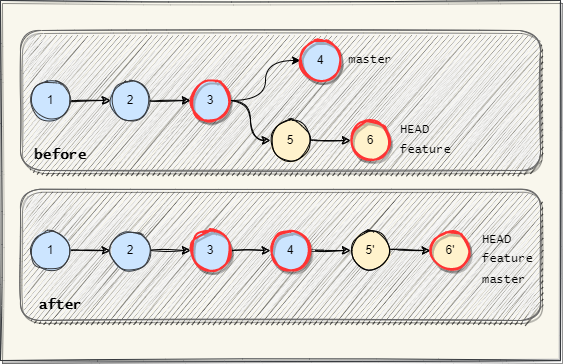
Above: Assets/images/git-merge-rebase.png in braboj/tutorial-git (draw.io), before the change. Source tidied: cells renumbered, new cells last; positions are measured from the earlier drawing's top-left corner, leaving out a move shared by most shapes. The source it was exported from:
```xml
<mxGraphModel>
  <root>
    <mxCell id="0" />
    <mxCell id="1" parent="0" />
    <mxCell id="2" style="rounded=0;whiteSpace=wrap;html=1;sketch=1;fillStyle=solid;fontFamily=Lucida Console;strokeColor=#36393d;fillColor=#f9f7ed;shadow=1;" parent="1" vertex="1">
      <mxGeometry width="560" height="360" as="geometry" />
    </mxCell>
    <mxCell id="3" style="rounded=1;whiteSpace=wrap;html=1;sketch=1;fillStyle=zigzag;fillColor=#f5f5f5;fontColor=#333333;strokeColor=#666666;shadow=1;" parent="1" vertex="1">
      <mxGeometry x="20" y="188.8" width="520" height="131.2" as="geometry" />
    </mxCell>
    <mxCell id="4" style="rounded=1;whiteSpace=wrap;html=1;sketch=1;fillStyle=zigzag;fillColor=#f5f5f5;fontColor=#333333;strokeColor=#666666;shadow=1;" parent="1" vertex="1">
      <mxGeometry x="20" y="30" width="520" height="140" as="geometry" />
    </mxCell>
    <mxCell id="5" style="edgeStyle=orthogonalEdgeStyle;rounded=0;jettySize=auto;html=1;entryX=0;entryY=0.5;entryDx=0;entryDy=0;sketch=1;curved=1;" parent="1" edge="1" source="6" target="8">
      <mxGeometry relative="1" as="geometry" />
    </mxCell>
    <mxCell id="6" value="1" style="ellipse;whiteSpace=wrap;html=1;sketch=1;rounded=0;fillColor=#cce5ff;strokeColor=#36393d;fillStyle=solid;" parent="1" vertex="1">
      <mxGeometry x="30" y="80" width="40" height="40" as="geometry" />
    </mxCell>
    <mxCell id="7" style="edgeStyle=orthogonalEdgeStyle;rounded=0;jettySize=auto;html=1;sketch=1;curved=1;" parent="1" edge="1" source="8" target="11">
      <mxGeometry relative="1" as="geometry" />
    </mxCell>
    <mxCell id="8" value="2" style="ellipse;whiteSpace=wrap;html=1;sketch=1;rounded=0;fillColor=#cce5ff;strokeColor=#36393d;fillStyle=solid;" parent="1" vertex="1">
      <mxGeometry x="110" y="80" width="40" height="40" as="geometry" />
    </mxCell>
    <mxCell id="9" style="edgeStyle=orthogonalEdgeStyle;rounded=0;jettySize=auto;html=1;entryX=0;entryY=0.5;entryDx=0;entryDy=0;sketch=1;curved=1;" parent="1" edge="1" source="11" target="13">
      <mxGeometry relative="1" as="geometry" />
    </mxCell>
    <mxCell id="10" style="edgeStyle=orthogonalEdgeStyle;rounded=0;jettySize=auto;html=1;curved=1;" parent="1" edge="1" source="11" target="19">
      <mxGeometry relative="1" as="geometry" />
    </mxCell>
    <mxCell id="11" value="3" style="ellipse;whiteSpace=wrap;html=1;sketch=1;rounded=0;fillColor=#cce5ff;strokeColor=#FF3333;fillStyle=solid;strokeWidth=2;shadow=1;" parent="1" vertex="1">
      <mxGeometry x="190" y="80" width="40" height="40" as="geometry" />
    </mxCell>
    <mxCell id="12" style="edgeStyle=orthogonalEdgeStyle;rounded=0;jettySize=auto;html=1;sketch=1;curved=1;" parent="1" edge="1" source="13" target="14">
      <mxGeometry relative="1" as="geometry" />
    </mxCell>
    <mxCell id="13" value="5" style="ellipse;whiteSpace=wrap;html=1;sketch=1;rounded=0;fillColor=#fff2cc;strokeColor=#000000;fillStyle=solid;" parent="1" vertex="1">
      <mxGeometry x="270" y="120" width="40" height="40" as="geometry" />
    </mxCell>
    <mxCell id="14" value="6" style="ellipse;whiteSpace=wrap;html=1;sketch=1;rounded=0;fillColor=#fff2cc;strokeColor=#FF3333;fillStyle=solid;strokeWidth=2;shadow=1;" parent="1" vertex="1">
      <mxGeometry x="350" y="120" width="40" height="40" as="geometry" />
    </mxCell>
    <mxCell id="15" value="master" style="text;html=1;strokeColor=none;fillColor=none;align=center;verticalAlign=middle;whiteSpace=wrap;rounded=0;sketch=1;fontFamily=Lucida Console;" parent="1" vertex="1">
      <mxGeometry x="340" y="45" width="60" height="30" as="geometry" />
    </mxCell>
    <mxCell id="16" value="feature" style="text;html=1;strokeColor=none;fillColor=none;align=left;verticalAlign=middle;whiteSpace=wrap;rounded=0;sketch=1;fontFamily=Lucida Console;" parent="1" vertex="1">
      <mxGeometry x="398" y="140" width="60" height="20" as="geometry" />
    </mxCell>
    <mxCell id="17" value="HEAD" style="text;html=1;strokeColor=none;fillColor=none;align=left;verticalAlign=middle;whiteSpace=wrap;rounded=0;sketch=1;fontFamily=Lucida Console;" parent="1" vertex="1">
      <mxGeometry x="398" y="120" width="60" height="20" as="geometry" />
    </mxCell>
    <mxCell id="18" value="before" style="text;html=1;strokeColor=none;fillColor=none;align=center;verticalAlign=middle;whiteSpace=wrap;rounded=0;sketch=1;fillStyle=solid;fontFamily=Lucida Console;fontStyle=1;fontSize=14;" parent="1" vertex="1">
      <mxGeometry x="30" y="140" width="60" height="30" as="geometry" />
    </mxCell>
    <mxCell id="19" value="4" style="ellipse;whiteSpace=wrap;html=1;sketch=1;rounded=0;fillColor=#cce5ff;strokeColor=#FF3333;fillStyle=solid;strokeWidth=2;shadow=1;" parent="1" vertex="1">
      <mxGeometry x="300" y="40" width="40" height="40" as="geometry" />
    </mxCell>
    <mxCell id="20" style="edgeStyle=orthogonalEdgeStyle;rounded=0;jettySize=auto;html=1;entryX=0;entryY=0.5;entryDx=0;entryDy=0;sketch=1;curved=1;" parent="1" edge="1" source="21" target="23">
      <mxGeometry relative="1" as="geometry" />
    </mxCell>
    <mxCell id="21" value="1" style="ellipse;whiteSpace=wrap;html=1;sketch=1;rounded=0;fillColor=#cce5ff;strokeColor=#36393d;fillStyle=solid;" parent="1" vertex="1">
      <mxGeometry x="30" y="230" width="40" height="40" as="geometry" />
    </mxCell>
    <mxCell id="22" style="edgeStyle=orthogonalEdgeStyle;rounded=0;jettySize=auto;html=1;sketch=1;curved=1;" parent="1" edge="1" source="23" target="25">
      <mxGeometry relative="1" as="geometry" />
    </mxCell>
    <mxCell id="23" value="2" style="ellipse;whiteSpace=wrap;html=1;sketch=1;rounded=0;fillColor=#cce5ff;strokeColor=#36393d;fillStyle=solid;" parent="1" vertex="1">
      <mxGeometry x="110" y="230" width="40" height="40" as="geometry" />
    </mxCell>
    <mxCell id="24" style="edgeStyle=orthogonalEdgeStyle;rounded=0;jettySize=auto;html=1;curved=1;sketch=1;strokeWidth=1;" parent="1" edge="1" source="25" target="34">
      <mxGeometry relative="1" as="geometry" />
    </mxCell>
    <mxCell id="25" value="3" style="ellipse;whiteSpace=wrap;html=1;sketch=1;rounded=0;fillColor=#cce5ff;strokeColor=#FF3333;fillStyle=solid;strokeWidth=2;shadow=1;" parent="1" vertex="1">
      <mxGeometry x="190" y="230" width="40" height="40" as="geometry" />
    </mxCell>
    <mxCell id="26" style="edgeStyle=orthogonalEdgeStyle;rounded=0;jettySize=auto;html=1;sketch=1;curved=1;strokeWidth=1;" parent="1" edge="1" source="27" target="28">
      <mxGeometry relative="1" as="geometry" />
    </mxCell>
    <mxCell id="27" value="5'" style="ellipse;whiteSpace=wrap;html=1;sketch=1;rounded=0;fillColor=#fff2cc;strokeColor=#000000;fillStyle=solid;" parent="1" vertex="1">
      <mxGeometry x="350" y="230" width="40" height="40" as="geometry" />
    </mxCell>
    <mxCell id="28" value="6'" style="ellipse;whiteSpace=wrap;html=1;sketch=1;rounded=0;fillColor=#fff2cc;strokeColor=#FF3333;fillStyle=solid;strokeWidth=2;shadow=1;" parent="1" vertex="1">
      <mxGeometry x="430" y="230" width="40" height="40" as="geometry" />
    </mxCell>
    <mxCell id="29" value="master" style="text;html=1;strokeColor=none;fillColor=none;align=left;verticalAlign=middle;whiteSpace=wrap;rounded=0;sketch=1;fontFamily=Lucida Console;" parent="1" vertex="1">
      <mxGeometry x="480" y="270" width="60" height="20" as="geometry" />
    </mxCell>
    <mxCell id="30" value="feature" style="text;html=1;strokeColor=none;fillColor=none;align=left;verticalAlign=middle;whiteSpace=wrap;rounded=0;sketch=1;fontFamily=Lucida Console;" parent="1" vertex="1">
      <mxGeometry x="480" y="247.5" width="60" height="22.5" as="geometry" />
    </mxCell>
    <mxCell id="31" value="HEAD" style="text;html=1;strokeColor=none;fillColor=none;align=left;verticalAlign=middle;whiteSpace=wrap;rounded=0;sketch=1;fontFamily=Lucida Console;" parent="1" vertex="1">
      <mxGeometry x="480" y="230" width="60" height="20" as="geometry" />
    </mxCell>
    <mxCell id="32" value="after" style="text;html=1;strokeColor=none;fillColor=none;align=center;verticalAlign=middle;whiteSpace=wrap;rounded=0;sketch=1;fillStyle=solid;fontFamily=Lucida Console;fontStyle=1;fontSize=14;" parent="1" vertex="1">
      <mxGeometry x="30" y="290" width="60" height="30" as="geometry" />
    </mxCell>
    <mxCell id="33" style="edgeStyle=orthogonalEdgeStyle;curved=1;rounded=0;jettySize=auto;html=1;entryX=0;entryY=0.5;entryDx=0;entryDy=0;sketch=1;strokeWidth=1;" parent="1" edge="1" source="34" target="27">
      <mxGeometry relative="1" as="geometry" />
    </mxCell>
    <mxCell id="34" value="4" style="ellipse;whiteSpace=wrap;html=1;sketch=1;rounded=0;fillColor=#cce5ff;strokeColor=#FF3333;fillStyle=solid;strokeWidth=2;shadow=1;" parent="1" vertex="1">
      <mxGeometry x="270" y="230" width="40" height="40" as="geometry" />
    </mxCell>
  </root>
</mxGraphModel>
```
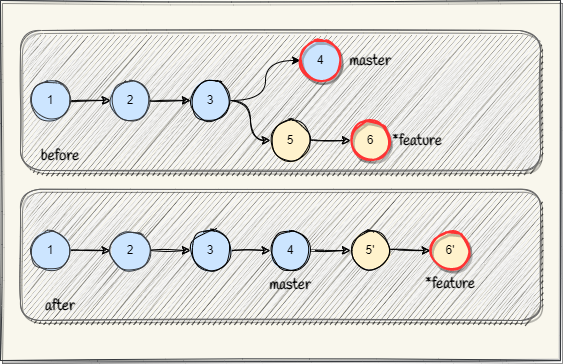
The same file after the commit.

Diff of the diagram source:
```diff
@@ -29,7 +29,7 @@
     <mxCell id="10" style="edgeStyle=orthogonalEdgeStyle;rounded=0;jettySize=auto;html=1;curved=1;" parent="1" edge="1" source="11" target="19">
       <mxGeometry relative="1" as="geometry" />
     </mxCell>
-    <mxCell id="11" value="3" style="ellipse;whiteSpace=wrap;html=1;sketch=1;rounded=0;fillColor=#cce5ff;strokeColor=#FF3333;fillStyle=solid;strokeWidth=2;shadow=1;" parent="1" vertex="1">
+    <mxCell id="11" value="3" style="ellipse;whiteSpace=wrap;html=1;sketch=1;rounded=0;fillColor=#cce5ff;strokeColor=#000000;fillStyle=solid;strokeWidth=1;shadow=0;" parent="1" vertex="1">
       <mxGeometry x="190" y="80" width="40" height="40" as="geometry" />
     </mxCell>
     <mxCell id="12" style="edgeStyle=orthogonalEdgeStyle;rounded=0;jettySize=auto;html=1;sketch=1;curved=1;" parent="1" edge="1" source="13" target="14">
@@ -41,16 +41,13 @@
     <mxCell id="14" value="6" style="ellipse;whiteSpace=wrap;html=1;sketch=1;rounded=0;fillColor=#fff2cc;strokeColor=#FF3333;fillStyle=solid;strokeWidth=2;shadow=1;" parent="1" vertex="1">
       <mxGeometry x="350" y="120" width="40" height="40" as="geometry" />
     </mxCell>
-    <mxCell id="15" value="master" style="text;html=1;strokeColor=none;fillColor=none;align=center;verticalAlign=middle;whiteSpace=wrap;rounded=0;sketch=1;fontFamily=Lucida Console;" parent="1" vertex="1">
+    <mxCell id="15" value="master" style="text;html=1;strokeColor=none;fillColor=none;align=center;verticalAlign=middle;whiteSpace=wrap;rounded=0;sketch=1;fontFamily=Handlee;fontSource=https%3A%2F%2Ffonts.googleapis.com%2Fcss%3Ffamily%3DHandlee;fontSize=15;fontStyle=1;" parent="1" vertex="1">
       <mxGeometry x="340" y="45" width="60" height="30" as="geometry" />
     </mxCell>
-    <mxCell id="16" value="feature" style="text;html=1;strokeColor=none;fillColor=none;align=left;verticalAlign=middle;whiteSpace=wrap;rounded=0;sketch=1;fontFamily=Lucida Console;" parent="1" vertex="1">
-      <mxGeometry x="398" y="140" width="60" height="20" as="geometry" />
+    <mxCell id="16" value="*feature" style="text;html=1;strokeColor=none;fillColor=none;align=left;verticalAlign=middle;whiteSpace=wrap;rounded=0;sketch=1;fontFamily=Handlee;fontSource=https%3A%2F%2Ffonts.googleapis.com%2Fcss%3Ffamily%3DHandlee;fontStyle=1;fontSize=15;" parent="1" vertex="1">
+      <mxGeometry x="390" y="130" width="60" height="20" as="geometry" />
     </mxCell>
-    <mxCell id="17" value="HEAD" style="text;html=1;strokeColor=none;fillColor=none;align=left;verticalAlign=middle;whiteSpace=wrap;rounded=0;sketch=1;fontFamily=Lucida Console;" parent="1" vertex="1">
-      <mxGeometry x="398" y="120" width="60" height="20" as="geometry" />
-    </mxCell>
-    <mxCell id="18" value="before" style="text;html=1;strokeColor=none;fillColor=none;align=center;verticalAlign=middle;whiteSpace=wrap;rounded=0;sketch=1;fillStyle=solid;fontFamily=Lucida Console;fontStyle=1;fontSize=14;" parent="1" vertex="1">
+    <mxCell id="18" value="before" style="text;html=1;strokeColor=none;fillColor=none;align=center;verticalAlign=middle;whiteSpace=wrap;rounded=0;sketch=1;fillStyle=solid;fontFamily=Handlee;fontStyle=1;fontSize=15;fontSource=https%3A%2F%2Ffonts.googleapis.com%2Fcss%3Ffamily%3DHandlee;" parent="1" vertex="1">
       <mxGeometry x="30" y="140" width="60" height="30" as="geometry" />
     </mxCell>
     <mxCell id="19" value="4" style="ellipse;whiteSpace=wrap;html=1;sketch=1;rounded=0;fillColor=#cce5ff;strokeColor=#FF3333;fillStyle=solid;strokeWidth=2;shadow=1;" parent="1" vertex="1">
@@ -71,7 +68,7 @@
     <mxCell id="24" style="edgeStyle=orthogonalEdgeStyle;rounded=0;jettySize=auto;html=1;curved=1;sketch=1;strokeWidth=1;" parent="1" edge="1" source="25" target="34">
       <mxGeometry relative="1" as="geometry" />
     </mxCell>
-    <mxCell id="25" value="3" style="ellipse;whiteSpace=wrap;html=1;sketch=1;rounded=0;fillColor=#cce5ff;strokeColor=#FF3333;fillStyle=solid;strokeWidth=2;shadow=1;" parent="1" vertex="1">
+    <mxCell id="25" value="3" style="ellipse;whiteSpace=wrap;html=1;sketch=1;rounded=0;fillColor=#cce5ff;strokeColor=#000000;fillStyle=solid;strokeWidth=1;shadow=0;" parent="1" vertex="1">
       <mxGeometry x="190" y="230" width="40" height="40" as="geometry" />
     </mxCell>
     <mxCell id="26" style="edgeStyle=orthogonalEdgeStyle;rounded=0;jettySize=auto;html=1;sketch=1;curved=1;strokeWidth=1;" parent="1" edge="1" source="27" target="28">
@@ -83,22 +80,19 @@
     <mxCell id="28" value="6'" style="ellipse;whiteSpace=wrap;html=1;sketch=1;rounded=0;fillColor=#fff2cc;strokeColor=#FF3333;fillStyle=solid;strokeWidth=2;shadow=1;" parent="1" vertex="1">
       <mxGeometry x="430" y="230" width="40" height="40" as="geometry" />
     </mxCell>
-    <mxCell id="29" value="master" style="text;html=1;strokeColor=none;fillColor=none;align=left;verticalAlign=middle;whiteSpace=wrap;rounded=0;sketch=1;fontFamily=Lucida Console;" parent="1" vertex="1">
-      <mxGeometry x="480" y="270" width="60" height="20" as="geometry" />
+    <mxCell id="29" value="master" style="text;html=1;strokeColor=none;fillColor=none;align=center;verticalAlign=middle;whiteSpace=wrap;rounded=0;sketch=1;fontFamily=Handlee;fontSource=https%3A%2F%2Ffonts.googleapis.com%2Fcss%3Ffamily%3DHandlee;fontSize=15;fontStyle=1;" parent="1" vertex="1">
+      <mxGeometry x="260" y="274" width="60" height="20" as="geometry" />
     </mxCell>
-    <mxCell id="30" value="feature" style="text;html=1;strokeColor=none;fillColor=none;align=left;verticalAlign=middle;whiteSpace=wrap;rounded=0;sketch=1;fontFamily=Lucida Console;" parent="1" vertex="1">
-      <mxGeometry x="480" y="247.5" width="60" height="22.5" as="geometry" />
+    <mxCell id="30" value="*feature" style="text;html=1;strokeColor=none;fillColor=none;align=center;verticalAlign=middle;whiteSpace=wrap;rounded=0;sketch=1;fontFamily=Handlee;fontSource=https%3A%2F%2Ffonts.googleapis.com%2Fcss%3Ffamily%3DHandlee;fontSize=15;fontStyle=1;" parent="1" vertex="1">
+      <mxGeometry x="420" y="271.5" width="60" height="22.5" as="geometry" />
     </mxCell>
-    <mxCell id="31" value="HEAD" style="text;html=1;strokeColor=none;fillColor=none;align=left;verticalAlign=middle;whiteSpace=wrap;rounded=0;sketch=1;fontFamily=Lucida Console;" parent="1" vertex="1">
-      <mxGeometry x="480" y="230" width="60" height="20" as="geometry" />
-    </mxCell>
-    <mxCell id="32" value="after" style="text;html=1;strokeColor=none;fillColor=none;align=center;verticalAlign=middle;whiteSpace=wrap;rounded=0;sketch=1;fillStyle=solid;fontFamily=Lucida Console;fontStyle=1;fontSize=14;" parent="1" vertex="1">
+    <mxCell id="32" value="after" style="text;html=1;strokeColor=none;fillColor=none;align=center;verticalAlign=middle;whiteSpace=wrap;rounded=0;sketch=1;fillStyle=solid;fontFamily=Handlee;fontStyle=1;fontSize=15;fontSource=https%3A%2F%2Ffonts.googleapis.com%2Fcss%3Ffamily%3DHandlee;" parent="1" vertex="1">
       <mxGeometry x="30" y="290" width="60" height="30" as="geometry" />
     </mxCell>
     <mxCell id="33" style="edgeStyle=orthogonalEdgeStyle;curved=1;rounded=0;jettySize=auto;html=1;entryX=0;entryY=0.5;entryDx=0;entryDy=0;sketch=1;strokeWidth=1;" parent="1" edge="1" source="34" target="27">
       <mxGeometry relative="1" as="geometry" />
     </mxCell>
-    <mxCell id="34" value="4" style="ellipse;whiteSpace=wrap;html=1;sketch=1;rounded=0;fillColor=#cce5ff;strokeColor=#FF3333;fillStyle=solid;strokeWidth=2;shadow=1;" parent="1" vertex="1">
+    <mxCell id="34" value="4" style="ellipse;whiteSpace=wrap;html=1;sketch=1;rounded=0;fillColor=#cce5ff;strokeColor=#000000;fillStyle=solid;strokeWidth=1;shadow=0;" parent="1" vertex="1">
       <mxGeometry x="270" y="230" width="40" height="40" as="geometry" />
     </mxCell>
   </root>
```
